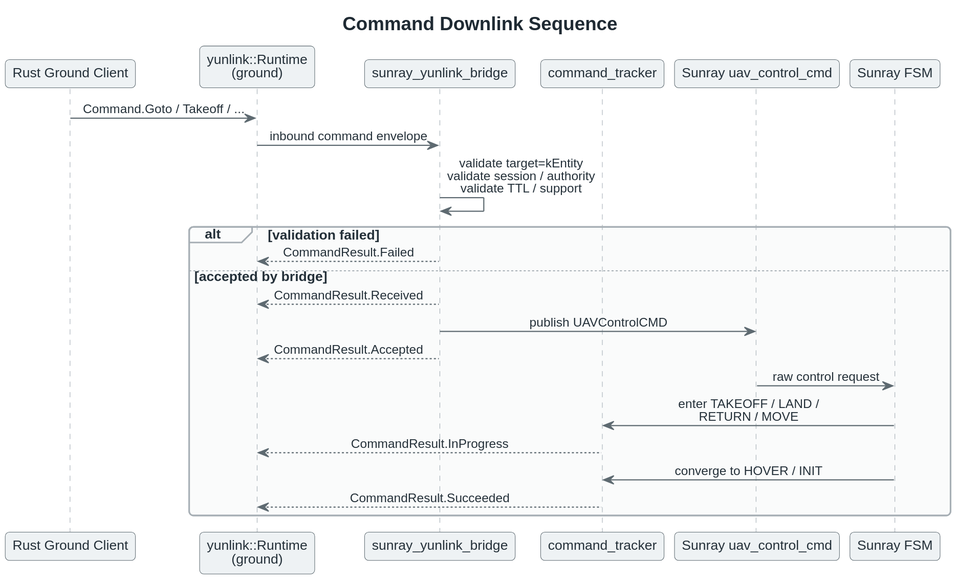
The PlantUML diagram docs/diagrams/plantuml/svg/ros_sunray_bridge_command_downlink_sequence.svg in YunDrone-Team/yunlink, before a commit. Its diagram source:
```plantuml
@startuml
skinparamlocked backgroundColor white
!include _yunlink_protocol_theme.iuml
title Command Downlink Sequence

participant "Rust Ground Client" as GROUND
participant "yunlink::Runtime\n(ground)" as GRT
participant "sunray_yunlink_bridge" as BRIDGE
participant "command_tracker" as TRACK
participant "Sunray uav_control_cmd" as CMD
participant "Sunray FSM" as FSM

GROUND -> GRT : Command.Goto / Takeoff / ...
GRT -> BRIDGE : inbound command envelope

BRIDGE -> BRIDGE : validate target=kEntity\nvalidate session / authority\nvalidate TTL / support
alt validation failed
  BRIDGE --> GRT : CommandResult.Failed
else accepted by bridge
  BRIDGE --> GRT : CommandResult.Received
  BRIDGE -> CMD : publish UAVControlCMD
  BRIDGE --> GRT : CommandResult.Accepted
  CMD -> FSM : raw control request

  FSM -> TRACK : enter TAKEOFF / LAND /\nRETURN / MOVE
  TRACK --> GRT : CommandResult.InProgress

  FSM -> TRACK : converge to HOVER / INIT
  TRACK --> GRT : CommandResult.Succeeded
end
@enduml
```
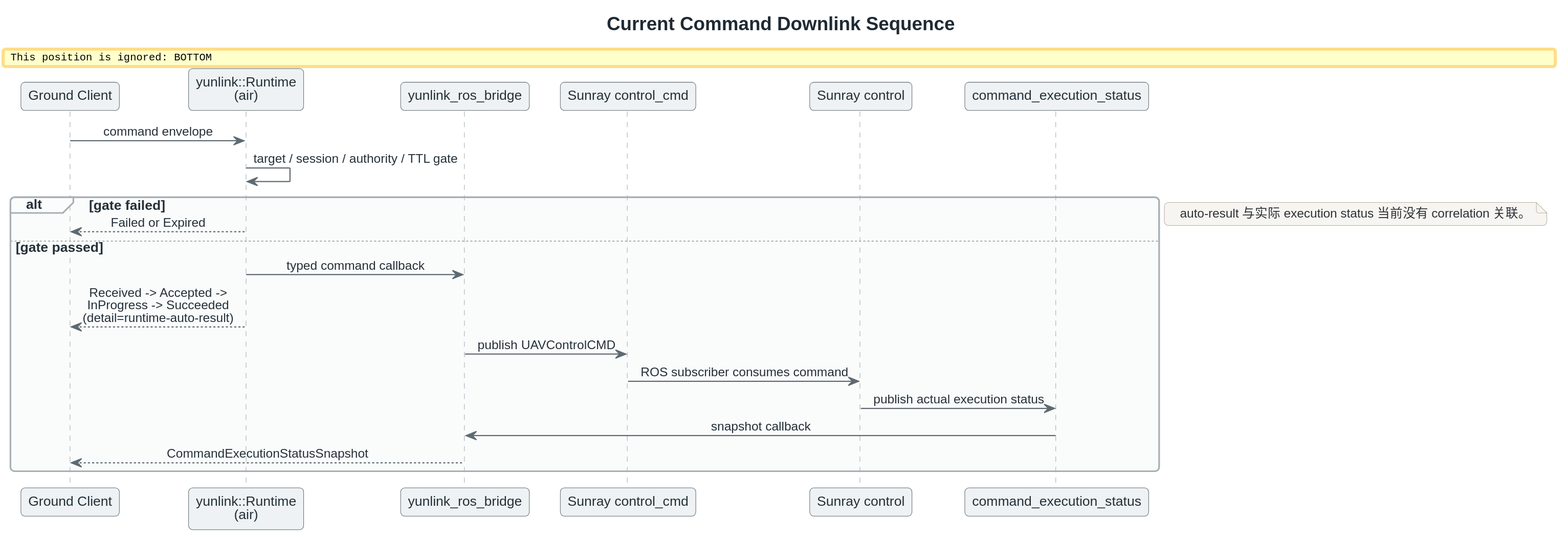
Above is the later version.

Diff of the diagram source:
```diff
@@ -1,31 +1,30 @@
 @startuml
 skinparamlocked backgroundColor white
 !include _yunlink_protocol_theme.iuml
-title Command Downlink Sequence
+title Current Command Downlink Sequence
 
-participant "Rust Ground Client" as GROUND
-participant "yunlink::Runtime\n(ground)" as GRT
-participant "sunray_yunlink_bridge" as BRIDGE
-participant "command_tracker" as TRACK
-participant "Sunray uav_control_cmd" as CMD
-participant "Sunray FSM" as FSM
+participant "Ground Client" as GROUND
+participant "yunlink::Runtime\n(air)" as RT
+participant "yunlink_ros_bridge" as BRIDGE
+participant "Sunray control_cmd" as CMD
+participant "Sunray control" as CONTROL
+participant "command_execution_status" as STATUS
 
-GROUND -> GRT : Command.Goto / Takeoff / ...
-GRT -> BRIDGE : inbound command envelope
+GROUND -> RT : command envelope
+RT -> RT : target / session / authority / TTL gate
+alt gate failed
+  RT --> GROUND : Failed or Expired
+else gate passed
+  RT -> BRIDGE : typed command callback
+  RT --> GROUND : Received -> Accepted ->\nInProgress -> Succeeded\n(detail=runtime-auto-result)
+  BRIDGE -> CMD : publish UAVControlCMD
+  CMD -> CONTROL : ROS subscriber consumes command
+  CONTROL -> STATUS : publish actual execution status
+  STATUS -> BRIDGE : snapshot callback
+  BRIDGE --> GROUND : CommandExecutionStatusSnapshot
+end
 
-BRIDGE -> BRIDGE : validate target=kEntity\nvalidate session / authority\nvalidate TTL / support
-alt validation failed
-  BRIDGE --> GRT : CommandResult.Failed
-else accepted by bridge
-  BRIDGE --> GRT : CommandResult.Received
-  BRIDGE -> CMD : publish UAVControlCMD
-  BRIDGE --> GRT : CommandResult.Accepted
-  CMD -> FSM : raw control request
-
-  FSM -> TRACK : enter TAKEOFF / LAND /\nRETURN / MOVE
-  TRACK --> GRT : CommandResult.InProgress
-
-  FSM -> TRACK : converge to HOVER / INIT
-  TRACK --> GRT : CommandResult.Succeeded
-end
+note bottom
+auto-result 与实际 execution status 当前没有 correlation 关联。
+end note
 @enduml
```
